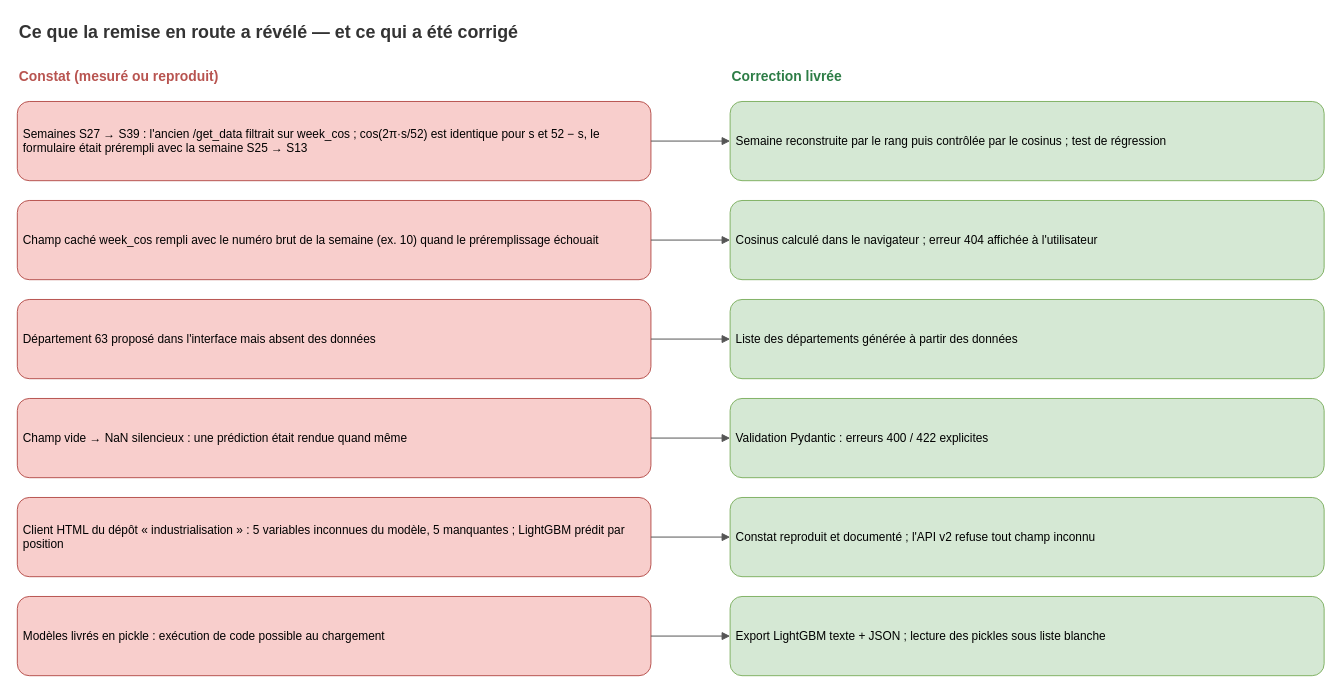
Earlier version of the draw.io diagram page "4. Audit 2026 : constats et corrections" (4 of 4) of docs/architecture.drawio (PDUCLOS/PredictIRA). Source tidied: cells renumbered, new cells numbered last; positions are measured from the earlier drawing's top-left corner, leaving out a move shared by most shapes. Both pictures are drawn from the tidied source at 99%, with x=0, y=0 at pixel (17, 17).
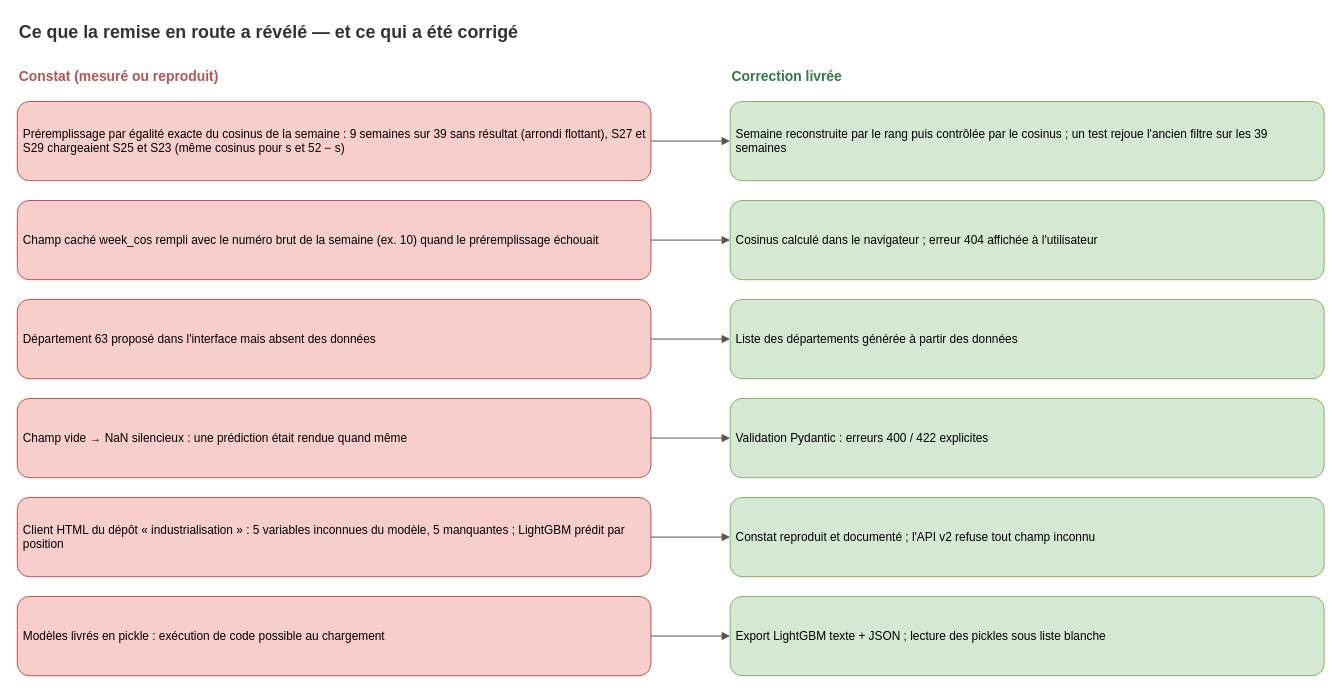
Above is the later version.

Commit message (it also covers changes not shown here):
Vitrine GitHub Pages, vidéo narrée, PORTFOLIO.md ; audit du préremplissage précisé

What changed in the source:
```diff
@@
-    <mxCell id="5" value="Semaines S27 → S39 : l'ancien /get_data filtrait sur week_cos ; cos(2π·s/52) est identique pour s et 52 − s, le formulaire était prérempli avec la semaine S25 → S13" style="rounded=1;whiteSpace=wrap;html=1;fillColor=#f8cecc;strokeColor=#b85450;fontSize=12;align=left;verticalAlign=middle;spacing=6;" parent="1" vertex="1">
+    <mxCell id="5" value="Préremplissage par égalité exacte du cosinus de la semaine : 9 semaines sur 39 sans résultat (arrondi flottant), S27 et S29 chargeaient S25 et S23 (même cosinus pour s et 52 − s)" style="rounded=1;whiteSpace=wrap;html=1;fillColor=#f8cecc;strokeColor=#b85450;fontSize=12;align=left;verticalAlign=middle;spacing=6;" parent="1" vertex="1">
       <mxGeometry y="85" width="640" height="80" as="geometry" />
     </mxCell>
-    <mxCell id="6" value="Semaine reconstruite par le rang puis contrôlée par le cosinus ; test de régression" style="rounded=1;whiteSpace=wrap;html=1;fillColor=#d5e8d4;strokeColor=#82b366;fontSize=12;align=left;verticalAlign=middle;spacing=6;" parent="1" vertex="1">
+    <mxCell id="6" value="Semaine reconstruite par le rang puis contrôlée par le cosinus ; un test rejoue l'ancien filtre sur les 39 semaines" style="rounded=1;whiteSpace=wrap;html=1;fillColor=#d5e8d4;strokeColor=#82b366;fontSize=12;align=left;verticalAlign=middle;spacing=6;" parent="1" vertex="1">
       <mxGeometry x="720" y="85" width="600" height="80" as="geometry" />
     </mxCell>
```
